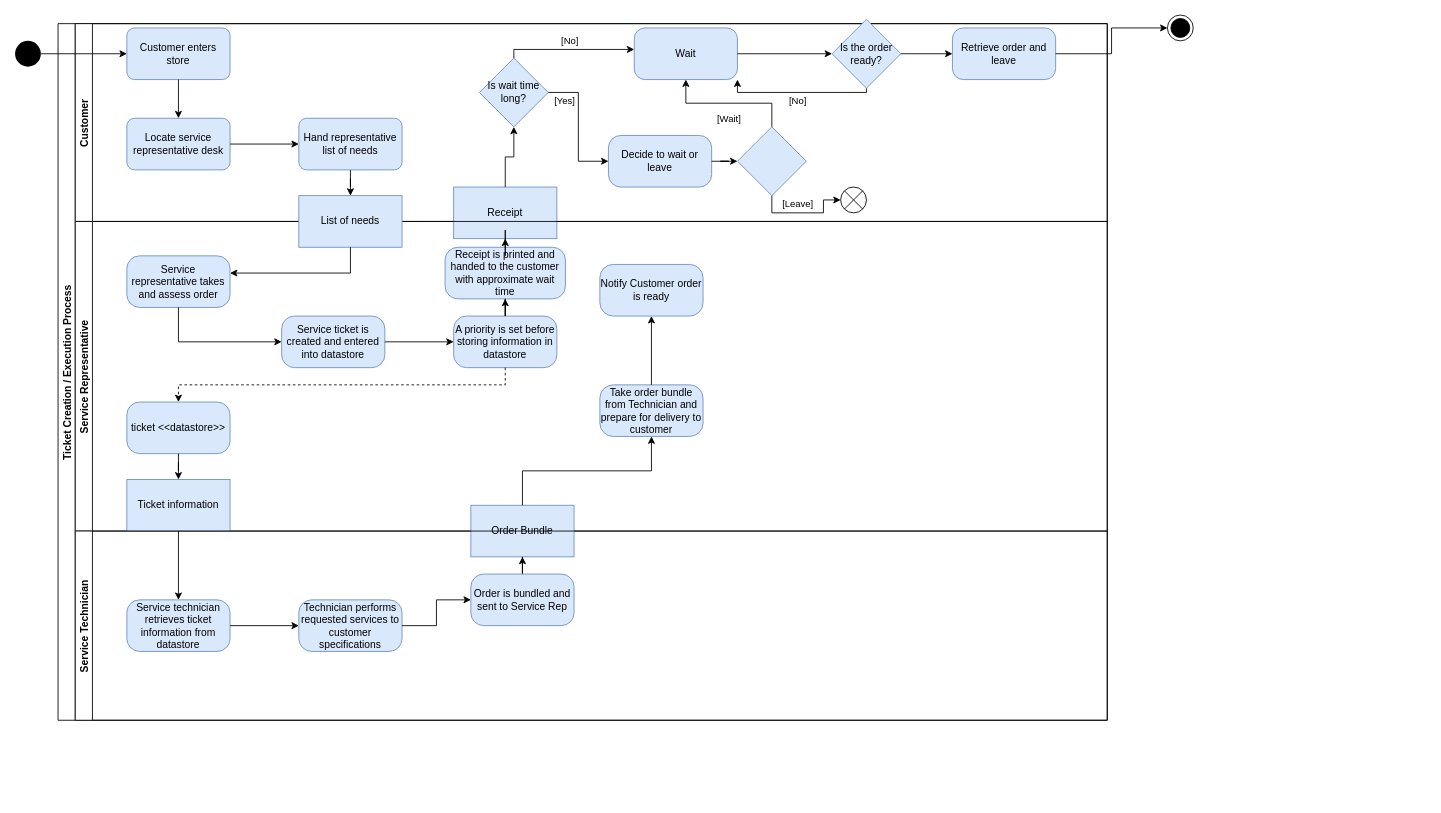
This is page "Ticket creation & execution" (1 of 3) of PE2-8CRU.drawio from parkeraustin72/CTIS345, a draw.io file, before an edit. Source tidied: cells renumbered, new cells numbered last; positions are measured from the earlier drawing's top-left corner, leaving out a move shared by most shapes. Both pictures are drawn from the tidied source at 86%, with x=0, y=0 at pixel (15, 15).
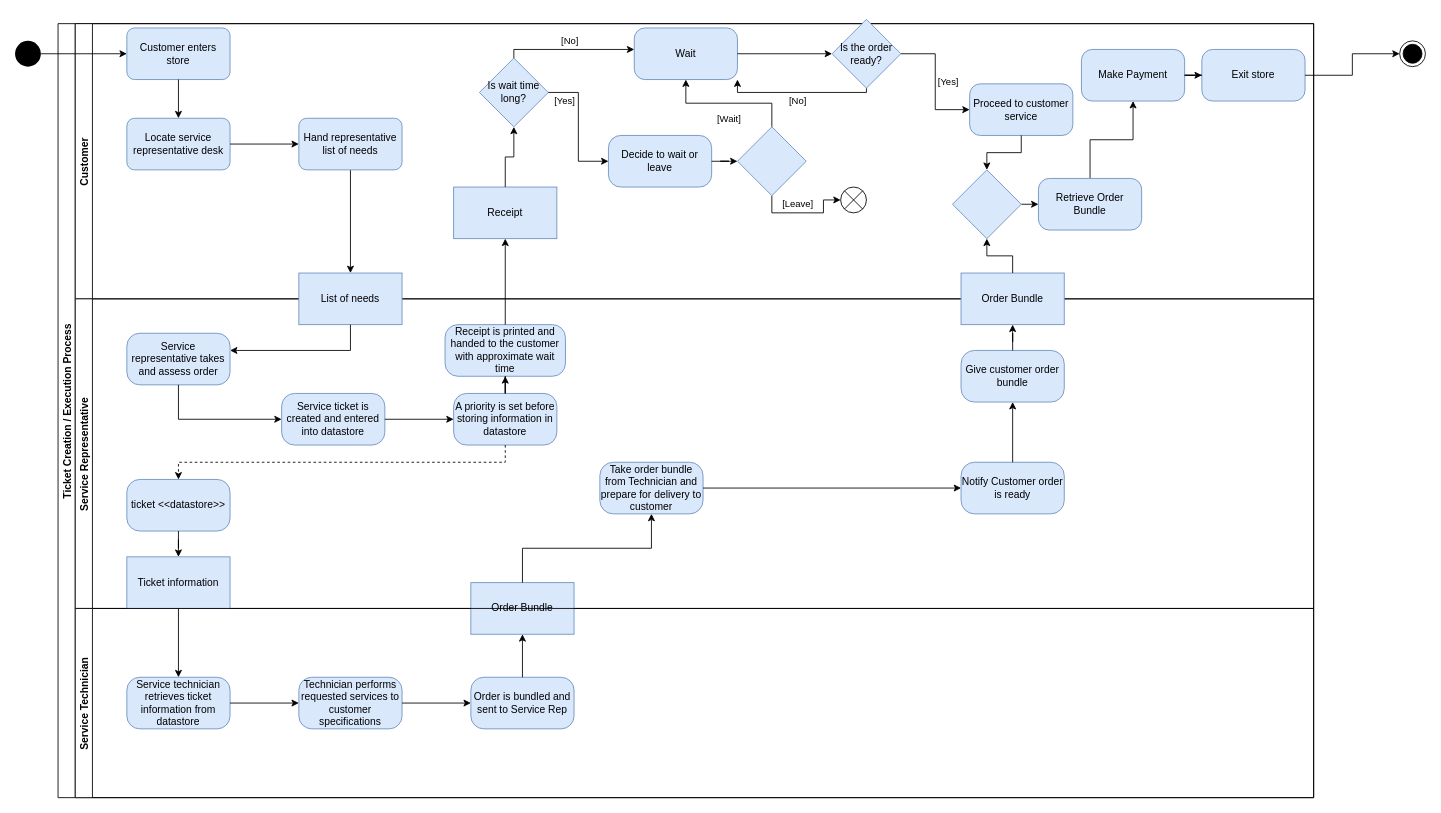
Above is the later version.

The change refers to these unchanged cells:
```xml
<mxCell id="20" value="Is the order ready?" style="rhombus;whiteSpace=wrap;html=1;fillColor=#dae8fc;strokeColor=#6c8ebf;rounded=1;arcSize=0;" parent="3" vertex="1">
  <mxGeometry x="880" y="-5" width="80" height="80" as="geometry" />
</mxCell>
<mxCell id="38" value="Order Bundle" style="whiteSpace=wrap;html=1;fillColor=#dae8fc;strokeColor=#6c8ebf;rounded=1;arcSize=0;" parent="24" vertex="1">
  <mxGeometry x="460" y="330" width="120" height="60" as="geometry" />
</mxCell>
<mxCell id="39" value="Take order bundle from Technician and prepare for delivery to customer" style="whiteSpace=wrap;html=1;fillColor=#dae8fc;strokeColor=#6c8ebf;rounded=1;arcSize=26;" parent="24" vertex="1">
  <mxGeometry x="610" y="190" width="120" height="60" as="geometry" />
</mxCell>
<mxCell id="43" value="Technician performs requested services to customer specifications" style="whiteSpace=wrap;html=1;fillColor=#dae8fc;strokeColor=#6c8ebf;rounded=1;arcSize=25;" parent="41" vertex="1">
  <mxGeometry x="260" y="80" width="120" height="60" as="geometry" />
</mxCell>
```

Diff of the diagram source:
```diff
@@
     <mxCell id="2" value="Ticket Creation / Execution Process" style="swimlane;horizontal=0;startSize=20;" parent="1" vertex="1">
-      <mxGeometry x="50" y="10" width="1220" height="810" as="geometry" />
+      <mxGeometry x="50" y="10" width="1460" height="900" as="geometry" />
     </mxCell>
     <mxCell id="3" value="Customer" style="swimlane;startSize=20;horizontal=0;" parent="2" vertex="1">
-      <mxGeometry x="20" width="1200" height="230" as="geometry" />
+      <mxGeometry x="20" width="1440" height="320" as="geometry" />
     </mxCell>
@@
-    <mxCell id="22" value="Retrieve order and leave" style="whiteSpace=wrap;html=1;fillColor=#dae8fc;strokeColor=#6c8ebf;rounded=1;arcSize=21;" parent="3" vertex="1">
-      <mxGeometry x="1020" y="5" width="120" height="60" as="geometry" />
+    <mxCell id="22" value="Proceed to customer service" style="whiteSpace=wrap;html=1;fillColor=#dae8fc;strokeColor=#6c8ebf;rounded=1;arcSize=21;" parent="3" vertex="1">
+      <mxGeometry x="1040" y="70" width="120" height="60" as="geometry" />
     </mxCell>
-    <mxCell id="23" style="edgeStyle=orthogonalEdgeStyle;rounded=0;jettySize=auto;html=1;" parent="3" edge="1" source="20" target="22">
-      <mxGeometry relative="1" as="geometry" />
+    <mxCell id="23" value="[Yes]" style="edgeStyle=orthogonalEdgeStyle;rounded=0;jettySize=auto;html=1;" parent="3" edge="1" source="20" target="22">
+      <mxGeometry y="15" relative="1" as="geometry" />
     </mxCell>
+    <mxCell id="59" style="edgeStyle=orthogonalEdgeStyle;rounded=0;jettySize=auto;html=1;" parent="3" edge="1" source="60" target="64">
+      <mxGeometry relative="1" as="geometry" />
+    </mxCell>
+    <mxCell id="60" value="Retrieve Order Bundle" style="whiteSpace=wrap;html=1;fillColor=#dae8fc;strokeColor=#6c8ebf;rounded=1;arcSize=21;" parent="3" vertex="1">
+      <mxGeometry x="1120" y="180" width="120" height="60" as="geometry" />
+    </mxCell>
+    <mxCell id="61" style="edgeStyle=orthogonalEdgeStyle;rounded=0;jettySize=auto;html=1;entryX=0.5;entryY=0;entryDx=0;entryDy=0;" parent="3" edge="1" source="22" target="63">
+      <mxGeometry relative="1" as="geometry" />
+    </mxCell>
+    <mxCell id="62" style="edgeStyle=orthogonalEdgeStyle;rounded=0;jettySize=auto;html=1;exitX=1;exitY=0.5;exitDx=0;exitDy=0;entryX=0;entryY=0.5;entryDx=0;entryDy=0;" parent="3" edge="1" source="63" target="60">
+      <mxGeometry relative="1" as="geometry" />
+    </mxCell>
+    <mxCell id="63" style="rhombus;whiteSpace=wrap;html=1;fillColor=#dae8fc;strokeColor=#6c8ebf;rounded=1;arcSize=0;" parent="3" vertex="1">
+      <mxGeometry x="1020" y="170" width="80" height="80" as="geometry" />
+    </mxCell>
+    <mxCell id="64" value="Make Payment" style="whiteSpace=wrap;html=1;fillColor=#dae8fc;strokeColor=#6c8ebf;rounded=1;arcSize=21;" parent="3" vertex="1">
+      <mxGeometry x="1170" y="30" width="120" height="60" as="geometry" />
+    </mxCell>
+    <mxCell id="65" value="Exit store" style="whiteSpace=wrap;html=1;fillColor=#dae8fc;strokeColor=#6c8ebf;rounded=1;arcSize=21;" parent="3" vertex="1">
+      <mxGeometry x="1310" y="30" width="120" height="60" as="geometry" />
+    </mxCell>
+    <mxCell id="66" style="edgeStyle=orthogonalEdgeStyle;rounded=0;jettySize=auto;html=1;" parent="3" edge="1" source="64" target="65">
+      <mxGeometry relative="1" as="geometry" />
+    </mxCell>
     <mxCell id="24" value="Service Representative" style="swimlane;startSize=20;horizontal=0;" parent="2" vertex="1">
-      <mxGeometry x="20" y="230" width="1200" height="360" as="geometry" />
+      <mxGeometry x="20" y="320" width="1440" height="360" as="geometry" />
     </mxCell>
@@
+    <mxCell id="56" value="Notify Customer order is ready" style="whiteSpace=wrap;html=1;fillColor=#dae8fc;strokeColor=#6c8ebf;rounded=1;arcSize=26;" parent="24" vertex="1">
+      <mxGeometry x="1030" y="190" width="120" height="60" as="geometry" />
+    </mxCell>
+    <mxCell id="57" style="edgeStyle=orthogonalEdgeStyle;rounded=0;jettySize=auto;html=1;" parent="24" edge="1" source="39" target="56">
+      <mxGeometry relative="1" as="geometry" />
+    </mxCell>
+    <mxCell id="67" value="Give customer order bundle" style="whiteSpace=wrap;html=1;fillColor=#dae8fc;strokeColor=#6c8ebf;rounded=1;arcSize=26;" parent="24" vertex="1">
+      <mxGeometry x="1030" y="60" width="120" height="60" as="geometry" />
+    </mxCell>
+    <mxCell id="68" style="edgeStyle=orthogonalEdgeStyle;rounded=0;jettySize=auto;html=1;" parent="24" edge="1" source="56" target="67">
+      <mxGeometry relative="1" as="geometry" />
+    </mxCell>
+    <mxCell id="69" value="Order Bundle" style="whiteSpace=wrap;html=1;fillColor=#dae8fc;strokeColor=#6c8ebf;rounded=1;arcSize=0;" parent="24" vertex="1">
+      <mxGeometry x="1030" y="-30" width="120" height="60" as="geometry" />
+    </mxCell>
+    <mxCell id="70" style="edgeStyle=orthogonalEdgeStyle;rounded=0;jettySize=auto;html=1;" parent="24" edge="1" source="67" target="69">
+      <mxGeometry relative="1" as="geometry" />
+    </mxCell>
     <mxCell id="41" value="Service Technician" style="swimlane;startSize=20;horizontal=0;" parent="2" vertex="1">
-      <mxGeometry x="20" y="590" width="1200" height="220" as="geometry" />
+      <mxGeometry x="20" y="680" width="1440" height="220" as="geometry" />
     </mxCell>
@@
+    <mxCell id="54" value="Order is bundled and sent to Service Rep" style="whiteSpace=wrap;html=1;fillColor=#dae8fc;strokeColor=#6c8ebf;rounded=1;arcSize=25;" parent="41" vertex="1">
+      <mxGeometry x="460" y="80" width="120" height="60" as="geometry" />
+    </mxCell>
+    <mxCell id="55" style="edgeStyle=orthogonalEdgeStyle;rounded=0;jettySize=auto;html=1;" parent="41" edge="1" source="43" target="54">
+      <mxGeometry relative="1" as="geometry" />
+    </mxCell>
@@
+    <mxCell id="53" style="edgeStyle=orthogonalEdgeStyle;rounded=0;jettySize=auto;html=1;" parent="2" edge="1" source="54" target="38">
+      <mxGeometry relative="1" as="geometry" />
+    </mxCell>
+    <mxCell id="71" style="edgeStyle=orthogonalEdgeStyle;rounded=0;jettySize=auto;html=1;" parent="2" edge="1" source="69" target="63">
+      <mxGeometry relative="1" as="geometry" />
+    </mxCell>
@@
     <mxCell id="52" style="ellipse;html=1;shape=endState;fillColor=strokeColor;" parent="1" vertex="1">
-      <mxGeometry x="1340" width="30" height="30" as="geometry" />
+      <mxGeometry x="1610" y="30" width="30" height="30" as="geometry" />
     </mxCell>
-    <mxCell id="53" style="edgeStyle=orthogonalEdgeStyle;rounded=0;jettySize=auto;html=1;" parent="1" edge="1" source="54" target="38">
-      <mxGeometry relative="1" as="geometry" />
-    </mxCell>
-    <mxCell id="54" value="Order is bundled and sent to Service Rep" style="whiteSpace=wrap;html=1;fillColor=#dae8fc;strokeColor=#6c8ebf;rounded=1;arcSize=25;" parent="1" vertex="1">
-      <mxGeometry x="530" y="650" width="120" height="60" as="geometry" />
-    </mxCell>
-    <mxCell id="55" style="edgeStyle=orthogonalEdgeStyle;rounded=0;jettySize=auto;html=1;" parent="1" edge="1" source="43" target="54">
-      <mxGeometry relative="1" as="geometry" />
-    </mxCell>
-    <mxCell id="56" value="Notify Customer order is ready" style="whiteSpace=wrap;html=1;fillColor=#dae8fc;strokeColor=#6c8ebf;rounded=1;arcSize=26;" parent="1" vertex="1">
-      <mxGeometry x="680" y="290" width="120" height="60" as="geometry" />
-    </mxCell>
-    <mxCell id="57" style="edgeStyle=orthogonalEdgeStyle;rounded=0;jettySize=auto;html=1;" parent="1" edge="1" source="39" target="56">
-      <mxGeometry relative="1" as="geometry" />
-    </mxCell>
-    <mxCell id="58" style="edgeStyle=orthogonalEdgeStyle;rounded=0;jettySize=auto;html=1;entryX=0;entryY=0.5;entryDx=0;entryDy=0;" parent="1" edge="1" source="22" target="52">
-      <mxGeometry relative="1" as="geometry" />
-    </mxCell>
+    <mxCell id="72" style="edgeStyle=orthogonalEdgeStyle;rounded=0;jettySize=auto;html=1;entryX=0;entryY=0.5;entryDx=0;entryDy=0;" parent="1" edge="1" source="65" target="52">
+      <mxGeometry relative="1" as="geometry" />
+    </mxCell>
```
